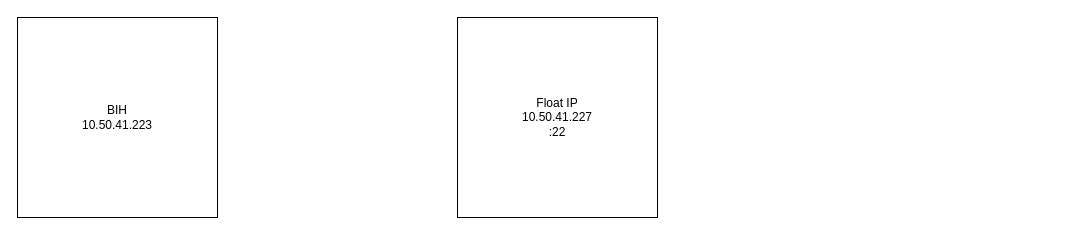
This is Capstone.drawio from S-DeHerrera-Neil/Draw.io, a draw.io file, before an edit. Source tidied: cells renumbered, new cells numbered last; positions are measured from the earlier drawing's top-left corner, leaving out a move shared by most shapes. Both pictures are drawn from the tidied source at 100%, with x=0, y=0 at pixel (17, 17).
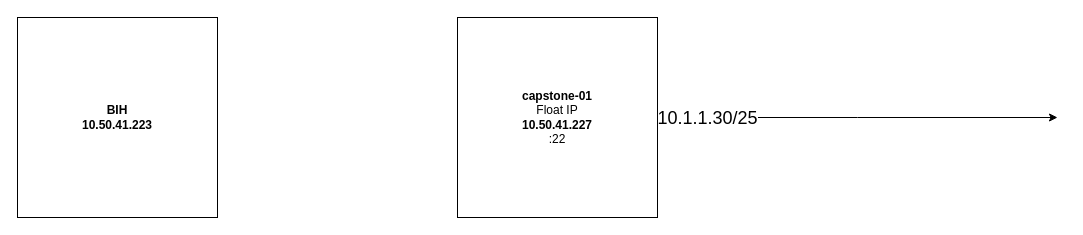
After the change.

The edit, as a diff of the source:
```diff
@@
 <mxGraphModel>
   <root>
     <mxCell id="0" />
     <mxCell id="1" parent="0" />
-    <mxCell id="2" value="&lt;div&gt;BIH&lt;/div&gt;10.50.41.223" style="whiteSpace=wrap;html=1;" parent="1" vertex="1">
+    <mxCell id="2" value="&lt;div&gt;&lt;b&gt;BIH&lt;/b&gt;&lt;/div&gt;&lt;b&gt;10.50.41.223&lt;/b&gt;" style="whiteSpace=wrap;html=1;" parent="1" vertex="1">
       <mxGeometry width="200" height="200" as="geometry" />
     </mxCell>
+    <mxCell id="4" style="edgeStyle=orthogonalEdgeStyle;rounded=0;jettySize=auto;html=1;" parent="1" edge="1" source="3">
+      <mxGeometry relative="1" as="geometry">
+        <mxPoint x="1040" y="100" as="targetPoint" />
+      </mxGeometry>
+    </mxCell>
+    <mxCell id="5" value="&lt;font style=&quot;font-size: 18px;&quot;&gt;10.1.1.30/25&lt;/font&gt;" style="edgeLabel;html=1;align=center;verticalAlign=middle;" parent="4" vertex="1">
+      <mxGeometry x="-0.86" relative="1" as="geometry">
+        <mxPoint x="21" as="offset" />
+      </mxGeometry>
+    </mxCell>
-    <mxCell id="3" value="&lt;div&gt;Float IP&lt;br&gt;&lt;/div&gt;&lt;div&gt;10.50.41.227&lt;/div&gt;&lt;div&gt;:22&lt;br&gt;&lt;/div&gt;" style="whiteSpace=wrap;html=1;" parent="1" vertex="1">
+    <mxCell id="3" value="&lt;div&gt;&lt;b&gt;capstone-01&lt;/b&gt;&lt;br&gt;&lt;/div&gt;&lt;div&gt;Float IP&lt;br&gt;&lt;/div&gt;&lt;div&gt;&lt;b&gt;10.50.41.227&lt;/b&gt;&lt;/div&gt;&lt;div&gt;:22&lt;br&gt;&lt;/div&gt;" style="whiteSpace=wrap;html=1;" parent="1" vertex="1">
       <mxGeometry x="440" width="200" height="200" as="geometry" />
     </mxCell>
   </root>
 </mxGraphModel>
```
